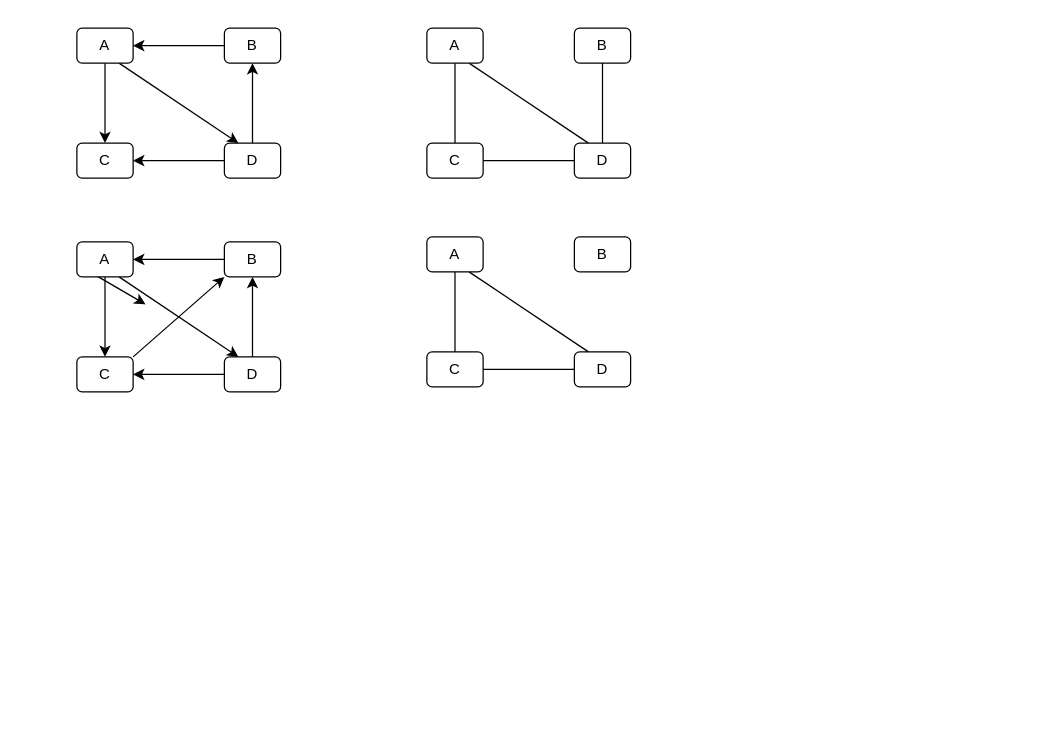
Earlier version of the draw.io diagram page "Graphentypen" (3 of 7) of Graph.drawio (JoernWVSG/diagram). Source tidied: cells renumbered, new cells numbered last; positions are measured from the earlier drawing's top-left corner, leaving out a move shared by most shapes. Both pictures are drawn from the tidied source at 125%, with x=0, y=0 at pixel (76, 28).
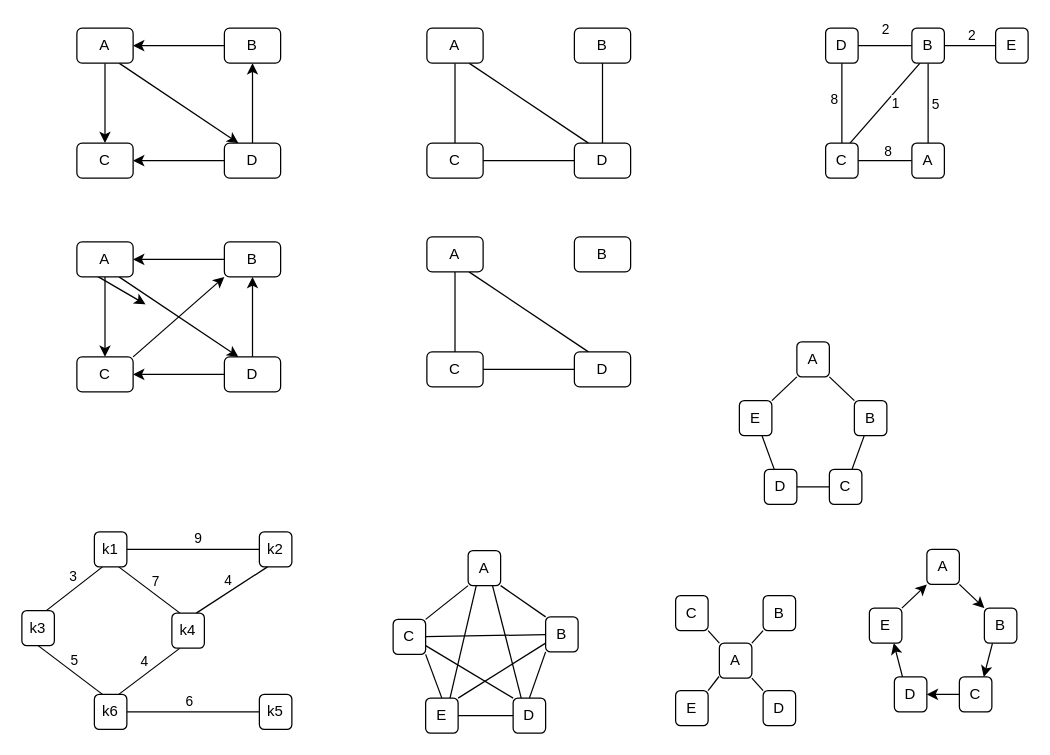
Above is the later version.

The edit, as a diff of the source:
```diff
@@
+    <mxCell id="37" style="edgeStyle=orthogonalEdgeStyle;rounded=0;jettySize=auto;html=1;endArrow=none;endFill=0;" parent="1" edge="1" source="42" target="43">
+      <mxGeometry relative="1" as="geometry" />
+    </mxCell>
+    <mxCell id="38" value="9" style="edgeLabel;html=1;align=center;verticalAlign=middle;" parent="37" vertex="1">
+      <mxGeometry x="0.15" y="-1" relative="1" as="geometry">
+        <mxPoint x="-5" y="-11" as="offset" />
+      </mxGeometry>
+    </mxCell>
+    <mxCell id="39" style="rounded=0;jettySize=auto;html=1;exitX=0.75;exitY=1;exitDx=0;exitDy=0;entryX=0.25;entryY=0;entryDx=0;entryDy=0;endArrow=none;endFill=0;" parent="1" edge="1" source="42" target="48">
+      <mxGeometry relative="1" as="geometry" />
+    </mxCell>
+    <mxCell id="40" value="7" style="edgeLabel;html=1;align=center;verticalAlign=middle;" parent="39" vertex="1">
+      <mxGeometry x="-0.1" y="1" relative="1" as="geometry">
+        <mxPoint x="6" y="-5" as="offset" />
+      </mxGeometry>
+    </mxCell>
+    <mxCell id="41" value="3" style="edgeStyle=none;rounded=0;orthogonalLoop=1;jettySize=auto;html=1;exitX=0.25;exitY=1;exitDx=0;exitDy=0;entryX=0.75;entryY=0;entryDx=0;entryDy=0;endArrow=none;endFill=0;" parent="1" edge="1">
+      <mxGeometry x="-0.18" y="-8" relative="1" as="geometry">
+        <mxPoint x="20.5" y="431" as="sourcePoint" />
+        <mxPoint x="-24.5" y="466" as="targetPoint" />
+      </mxGeometry>
+    </mxCell>
+    <mxCell id="42" value="k1" style="rounded=1;whiteSpace=wrap;html=1;" parent="1" vertex="1">
+      <mxGeometry x="14" y="403" width="26" height="28" as="geometry" />
+    </mxCell>
+    <mxCell id="43" value="k2" style="rounded=1;whiteSpace=wrap;html=1;" parent="1" vertex="1">
+      <mxGeometry x="146" y="403" width="26" height="28" as="geometry" />
+    </mxCell>
+    <mxCell id="44" style="edgeStyle=none;rounded=0;jettySize=auto;html=1;exitX=0.25;exitY=1;exitDx=0;exitDy=0;entryX=0.75;entryY=0;entryDx=0;entryDy=0;endArrow=none;endFill=0;" parent="1" edge="1" source="48" target="54">
+      <mxGeometry relative="1" as="geometry" />
+    </mxCell>
+    <mxCell id="45" value="4" style="edgeLabel;html=1;align=center;verticalAlign=middle;" parent="44" vertex="1">
+      <mxGeometry x="-0.1" y="-2" relative="1" as="geometry">
+        <mxPoint x="-5" y="-5" as="offset" />
+      </mxGeometry>
+    </mxCell>
+    <mxCell id="46" style="edgeStyle=none;rounded=0;jettySize=auto;html=1;exitX=0.75;exitY=0;exitDx=0;exitDy=0;entryX=0.25;entryY=1;entryDx=0;entryDy=0;endArrow=none;endFill=0;" parent="1" edge="1" source="48" target="43">
+      <mxGeometry relative="1" as="geometry" />
+    </mxCell>
+    <mxCell id="47" value="4" style="edgeLabel;html=1;align=center;verticalAlign=middle;" parent="46" vertex="1">
+      <mxGeometry x="0.1" relative="1" as="geometry">
+        <mxPoint x="-6" y="-6" as="offset" />
+      </mxGeometry>
+    </mxCell>
+    <mxCell id="48" value="k4" style="rounded=1;whiteSpace=wrap;html=1;" parent="1" vertex="1">
+      <mxGeometry x="76" y="468" width="26" height="28" as="geometry" />
+    </mxCell>
+    <mxCell id="49" style="edgeStyle=none;rounded=0;jettySize=auto;html=1;exitX=0.5;exitY=1;exitDx=0;exitDy=0;entryX=0.25;entryY=0;entryDx=0;entryDy=0;endArrow=none;endFill=0;" parent="1" edge="1" source="51" target="54">
+      <mxGeometry relative="1" as="geometry" />
+    </mxCell>
+    <mxCell id="50" value="5" style="edgeLabel;html=1;align=center;verticalAlign=middle;" parent="49" vertex="1">
+      <mxGeometry x="-0.08" y="-1" relative="1" as="geometry">
+        <mxPoint x="5" y="-7" as="offset" />
+      </mxGeometry>
+    </mxCell>
+    <mxCell id="51" value="k3" style="rounded=1;whiteSpace=wrap;html=1;" parent="1" vertex="1">
+      <mxGeometry x="-44" y="466" width="26" height="28" as="geometry" />
+    </mxCell>
+    <mxCell id="52" style="edgeStyle=none;rounded=0;jettySize=auto;html=1;exitX=1;exitY=0.5;exitDx=0;exitDy=0;entryX=0;entryY=0.5;entryDx=0;entryDy=0;endArrow=none;endFill=0;" parent="1" edge="1" source="54" target="55">
+      <mxGeometry relative="1" as="geometry" />
+    </mxCell>
+    <mxCell id="53" value="6" style="edgeLabel;html=1;align=center;verticalAlign=middle;" parent="52" vertex="1">
+      <mxGeometry x="-0.08" y="2" relative="1" as="geometry">
+        <mxPoint y="-7" as="offset" />
+      </mxGeometry>
+    </mxCell>
+    <mxCell id="54" value="k6" style="rounded=1;whiteSpace=wrap;html=1;" parent="1" vertex="1">
+      <mxGeometry x="14" y="533" width="26" height="28" as="geometry" />
+    </mxCell>
+    <mxCell id="55" value="k5" style="rounded=1;whiteSpace=wrap;html=1;" parent="1" vertex="1">
+      <mxGeometry x="146" y="533" width="26" height="28" as="geometry" />
+    </mxCell>
+    <mxCell id="56" style="edgeStyle=none;rounded=0;jettySize=auto;html=1;exitX=0.75;exitY=1;exitDx=0;exitDy=0;entryX=0.25;entryY=0;entryDx=0;entryDy=0;endArrow=none;endFill=0;" parent="1" edge="1" source="58" target="64">
+      <mxGeometry relative="1" as="geometry" />
+    </mxCell>
+    <mxCell id="57" style="edgeStyle=none;rounded=0;jettySize=auto;html=1;exitX=0.25;exitY=1;exitDx=0;exitDy=0;entryX=0.75;entryY=0;entryDx=0;entryDy=0;endArrow=none;endFill=0;" parent="1" edge="1" source="58" target="70">
+      <mxGeometry relative="1" as="geometry" />
+    </mxCell>
+    <mxCell id="58" value="A" style="rounded=1;whiteSpace=wrap;html=1;" parent="1" vertex="1">
+      <mxGeometry x="313" y="418" width="26" height="28" as="geometry" />
+    </mxCell>
+    <mxCell id="59" style="edgeStyle=none;rounded=0;jettySize=auto;html=1;exitX=0;exitY=0;exitDx=0;exitDy=0;entryX=1;entryY=1;entryDx=0;entryDy=0;endArrow=none;endFill=0;" parent="1" edge="1" source="61" target="58">
+      <mxGeometry relative="1" as="geometry" />
+    </mxCell>
+    <mxCell id="60" style="edgeStyle=none;rounded=0;jettySize=auto;html=1;exitX=0;exitY=0.75;exitDx=0;exitDy=0;entryX=1;entryY=0;entryDx=0;entryDy=0;endArrow=none;endFill=0;" parent="1" edge="1" source="61" target="70">
+      <mxGeometry relative="1" as="geometry" />
+    </mxCell>
+    <mxCell id="61" value="B" style="rounded=1;whiteSpace=wrap;html=1;" parent="1" vertex="1">
+      <mxGeometry x="375" y="471" width="26" height="28" as="geometry" />
+    </mxCell>
+    <mxCell id="62" style="edgeStyle=none;rounded=0;jettySize=auto;html=1;exitX=0.5;exitY=0;exitDx=0;exitDy=0;entryX=0;entryY=1;entryDx=0;entryDy=0;endArrow=none;endFill=0;" parent="1" edge="1" source="64" target="61">
+      <mxGeometry relative="1" as="geometry" />
+    </mxCell>
+    <mxCell id="63" style="edgeStyle=none;rounded=0;jettySize=auto;html=1;endArrow=none;endFill=0;" parent="1" edge="1" source="64" target="70">
+      <mxGeometry relative="1" as="geometry" />
+    </mxCell>
+    <mxCell id="64" value="D" style="rounded=1;whiteSpace=wrap;html=1;" parent="1" vertex="1">
+      <mxGeometry x="349" y="536" width="26" height="28" as="geometry" />
+    </mxCell>
+    <mxCell id="65" style="edgeStyle=none;rounded=0;jettySize=auto;html=1;exitX=1;exitY=0;exitDx=0;exitDy=0;entryX=0;entryY=1;entryDx=0;entryDy=0;endArrow=none;endFill=0;" parent="1" edge="1" source="69" target="58">
+      <mxGeometry relative="1" as="geometry" />
+    </mxCell>
+    <mxCell id="66" style="edgeStyle=none;rounded=0;jettySize=auto;html=1;exitX=1;exitY=1;exitDx=0;exitDy=0;entryX=0.5;entryY=0;entryDx=0;entryDy=0;endArrow=none;endFill=0;" parent="1" edge="1" source="69" target="70">
+      <mxGeometry relative="1" as="geometry" />
+    </mxCell>
+    <mxCell id="67" style="edgeStyle=none;rounded=0;jettySize=auto;html=1;endArrow=none;endFill=0;" parent="1" edge="1" source="69" target="61">
+      <mxGeometry relative="1" as="geometry" />
+    </mxCell>
+    <mxCell id="68" style="edgeStyle=none;rounded=0;jettySize=auto;html=1;exitX=1;exitY=0.75;exitDx=0;exitDy=0;entryX=0;entryY=0;entryDx=0;entryDy=0;endArrow=none;endFill=0;" parent="1" edge="1" source="69" target="64">
+      <mxGeometry relative="1" as="geometry" />
+    </mxCell>
+    <mxCell id="69" value="C" style="rounded=1;whiteSpace=wrap;html=1;" parent="1" vertex="1">
+      <mxGeometry x="253" y="473" width="26" height="28" as="geometry" />
+    </mxCell>
+    <mxCell id="70" value="E" style="rounded=1;whiteSpace=wrap;html=1;" parent="1" vertex="1">
+      <mxGeometry x="279" y="536" width="26" height="28" as="geometry" />
+    </mxCell>
+    <mxCell id="71" style="edgeStyle=none;rounded=0;jettySize=auto;html=1;exitX=1;exitY=0;exitDx=0;exitDy=0;entryX=0;entryY=1;entryDx=0;entryDy=0;endArrow=none;endFill=0;" parent="1" edge="1" source="73" target="74">
+      <mxGeometry relative="1" as="geometry" />
+    </mxCell>
+    <mxCell id="72" style="edgeStyle=none;rounded=0;jettySize=auto;html=1;exitX=0;exitY=0;exitDx=0;exitDy=0;entryX=1;entryY=1;entryDx=0;entryDy=0;endArrow=none;endFill=0;" parent="1" edge="1" source="73" target="77">
+      <mxGeometry relative="1" as="geometry" />
+    </mxCell>
+    <mxCell id="73" value="A" style="rounded=1;whiteSpace=wrap;html=1;" parent="1" vertex="1">
+      <mxGeometry x="514" y="492" width="26" height="28" as="geometry" />
+    </mxCell>
+    <mxCell id="74" value="B" style="rounded=1;whiteSpace=wrap;html=1;" parent="1" vertex="1">
+      <mxGeometry x="549" y="454" width="26" height="28" as="geometry" />
+    </mxCell>
+    <mxCell id="75" style="edgeStyle=none;rounded=0;jettySize=auto;html=1;exitX=0;exitY=0;exitDx=0;exitDy=0;entryX=1;entryY=1;entryDx=0;entryDy=0;endArrow=none;endFill=0;" parent="1" edge="1" source="76" target="73">
+      <mxGeometry relative="1" as="geometry" />
+    </mxCell>
+    <mxCell id="76" value="D" style="rounded=1;whiteSpace=wrap;html=1;" parent="1" vertex="1">
+      <mxGeometry x="549" y="530" width="26" height="28" as="geometry" />
+    </mxCell>
+    <mxCell id="77" value="C" style="rounded=1;whiteSpace=wrap;html=1;" parent="1" vertex="1">
+      <mxGeometry x="479" y="454" width="26" height="28" as="geometry" />
+    </mxCell>
+    <mxCell id="78" style="edgeStyle=none;rounded=0;jettySize=auto;html=1;exitX=1;exitY=0;exitDx=0;exitDy=0;endArrow=none;endFill=0;" parent="1" edge="1" source="79">
+      <mxGeometry relative="1" as="geometry">
+        <mxPoint x="513.7" y="518.7" as="targetPoint" />
+      </mxGeometry>
+    </mxCell>
+    <mxCell id="79" value="E" style="rounded=1;whiteSpace=wrap;html=1;" parent="1" vertex="1">
+      <mxGeometry x="479" y="530" width="26" height="28" as="geometry" />
+    </mxCell>
+    <mxCell id="80" style="edgeStyle=none;rounded=0;jettySize=auto;html=1;exitX=1;exitY=1;exitDx=0;exitDy=0;entryX=0;entryY=0;entryDx=0;entryDy=0;endArrow=none;endFill=0;" parent="1" edge="1" source="82" target="84">
+      <mxGeometry relative="1" as="geometry" />
+    </mxCell>
+    <mxCell id="81" style="edgeStyle=none;rounded=0;jettySize=auto;html=1;exitX=0;exitY=1;exitDx=0;exitDy=0;entryX=1;entryY=0;entryDx=0;entryDy=0;endArrow=none;endFill=0;" parent="1" edge="1" source="82" target="89">
+      <mxGeometry relative="1" as="geometry" />
+    </mxCell>
+    <mxCell id="82" value="A" style="rounded=1;whiteSpace=wrap;html=1;" parent="1" vertex="1">
+      <mxGeometry x="576" y="251" width="26" height="28" as="geometry" />
+    </mxCell>
+    <mxCell id="83" style="edgeStyle=none;rounded=0;jettySize=auto;html=1;endArrow=none;endFill=0;" parent="1" edge="1" source="84" target="88">
+      <mxGeometry relative="1" as="geometry" />
+    </mxCell>
+    <mxCell id="84" value="B" style="rounded=1;whiteSpace=wrap;html=1;" parent="1" vertex="1">
+      <mxGeometry x="622" y="298" width="26" height="28" as="geometry" />
+    </mxCell>
+    <mxCell id="85" style="edgeStyle=none;rounded=0;jettySize=auto;html=1;endArrow=none;endFill=0;" parent="1" edge="1" source="86" target="89">
+      <mxGeometry relative="1" as="geometry" />
+    </mxCell>
+    <mxCell id="86" value="D" style="rounded=1;whiteSpace=wrap;html=1;" parent="1" vertex="1">
+      <mxGeometry x="550" y="353" width="26" height="28" as="geometry" />
+    </mxCell>
+    <mxCell id="87" style="edgeStyle=none;rounded=0;jettySize=auto;html=1;endArrow=none;endFill=0;" parent="1" edge="1" source="88" target="86">
+      <mxGeometry relative="1" as="geometry" />
+    </mxCell>
+    <mxCell id="88" value="C" style="rounded=1;whiteSpace=wrap;html=1;" parent="1" vertex="1">
+      <mxGeometry x="602" y="353" width="26" height="28" as="geometry" />
+    </mxCell>
+    <mxCell id="89" value="E" style="rounded=1;whiteSpace=wrap;html=1;" parent="1" vertex="1">
+      <mxGeometry x="530" y="298" width="26" height="28" as="geometry" />
+    </mxCell>
+    <mxCell id="90" style="edgeStyle=none;rounded=0;jettySize=auto;html=1;exitX=1;exitY=1;exitDx=0;exitDy=0;entryX=0;entryY=0;entryDx=0;entryDy=0;endArrow=classic;endFill=1;" parent="1" edge="1" source="91" target="93">
+      <mxGeometry relative="1" as="geometry" />
+    </mxCell>
+    <mxCell id="91" value="A" style="rounded=1;whiteSpace=wrap;html=1;" parent="1" vertex="1">
+      <mxGeometry x="680" y="417" width="26" height="28" as="geometry" />
+    </mxCell>
+    <mxCell id="92" style="edgeStyle=none;rounded=0;jettySize=auto;html=1;exitX=0.25;exitY=1;exitDx=0;exitDy=0;entryX=0.75;entryY=0;entryDx=0;entryDy=0;endArrow=classic;endFill=1;" parent="1" edge="1" source="93" target="97">
+      <mxGeometry relative="1" as="geometry" />
+    </mxCell>
+    <mxCell id="93" value="B" style="rounded=1;whiteSpace=wrap;html=1;" parent="1" vertex="1">
+      <mxGeometry x="726" y="464" width="26" height="28" as="geometry" />
+    </mxCell>
+    <mxCell id="94" style="edgeStyle=none;rounded=0;jettySize=auto;html=1;exitX=0.25;exitY=0;exitDx=0;exitDy=0;entryX=0.75;entryY=1;entryDx=0;entryDy=0;endArrow=classic;endFill=1;" parent="1" edge="1" source="95" target="99">
+      <mxGeometry relative="1" as="geometry" />
+    </mxCell>
+    <mxCell id="95" value="D" style="rounded=1;whiteSpace=wrap;html=1;" parent="1" vertex="1">
+      <mxGeometry x="654" y="519" width="26" height="28" as="geometry" />
+    </mxCell>
+    <mxCell id="96" style="edgeStyle=none;rounded=0;jettySize=auto;html=1;endArrow=classic;endFill=1;" parent="1" edge="1" source="97" target="95">
+      <mxGeometry relative="1" as="geometry" />
+    </mxCell>
+    <mxCell id="97" value="C" style="rounded=1;whiteSpace=wrap;html=1;" parent="1" vertex="1">
+      <mxGeometry x="706" y="519" width="26" height="28" as="geometry" />
+    </mxCell>
+    <mxCell id="98" style="edgeStyle=none;rounded=0;jettySize=auto;html=1;exitX=1;exitY=0;exitDx=0;exitDy=0;entryX=0;entryY=1;entryDx=0;entryDy=0;endArrow=classic;endFill=1;" parent="1" edge="1" source="99" target="91">
+      <mxGeometry relative="1" as="geometry" />
+    </mxCell>
+    <mxCell id="99" value="E" style="rounded=1;whiteSpace=wrap;html=1;" parent="1" vertex="1">
+      <mxGeometry x="634" y="464" width="26" height="28" as="geometry" />
+    </mxCell>
+    <mxCell id="100" style="edgeStyle=none;rounded=0;jettySize=auto;html=1;exitX=0.5;exitY=0;exitDx=0;exitDy=0;entryX=0.5;entryY=1;entryDx=0;entryDy=0;endArrow=none;endFill=0;" parent="1" edge="1" source="104" target="108">
+      <mxGeometry relative="1" as="geometry" />
+    </mxCell>
+    <mxCell id="101" value="5" style="edgeLabel;html=1;align=center;verticalAlign=middle;" parent="100" vertex="1">
+      <mxGeometry x="-0.18" relative="1" as="geometry">
+        <mxPoint x="5" y="-6" as="offset" />
+      </mxGeometry>
+    </mxCell>
+    <mxCell id="102" style="edgeStyle=none;rounded=0;jettySize=auto;html=1;exitX=0;exitY=0.5;exitDx=0;exitDy=0;entryX=1;entryY=0.5;entryDx=0;entryDy=0;endArrow=none;endFill=0;" parent="1" edge="1" source="104" target="112">
+      <mxGeometry relative="1" as="geometry" />
+    </mxCell>
+    <mxCell id="103" value="8" style="edgeLabel;html=1;align=center;verticalAlign=middle;" parent="102" vertex="1">
+      <mxGeometry x="-0.03" y="-2" relative="1" as="geometry">
+        <mxPoint x="1" y="-6" as="offset" />
+      </mxGeometry>
+    </mxCell>
+    <mxCell id="104" value="A" style="rounded=1;whiteSpace=wrap;html=1;" parent="1" vertex="1">
+      <mxGeometry x="668" y="92" width="26" height="28" as="geometry" />
+    </mxCell>
+    <mxCell id="105" style="edgeStyle=none;rounded=0;jettySize=auto;html=1;exitX=0.25;exitY=1;exitDx=0;exitDy=0;entryX=0.75;entryY=0;entryDx=0;entryDy=0;endArrow=none;endFill=0;" parent="1" edge="1" source="108" target="112">
+      <mxGeometry relative="1" as="geometry" />
+    </mxCell>
+    <mxCell id="106" value="1" style="edgeLabel;html=1;align=center;verticalAlign=middle;" parent="105" vertex="1">
+      <mxGeometry x="0.01" y="-1" relative="1" as="geometry">
+        <mxPoint x="9" as="offset" />
+      </mxGeometry>
+    </mxCell>
+    <mxCell id="107" value="2" style="edgeStyle=none;rounded=0;jettySize=auto;html=1;exitX=0;exitY=0.5;exitDx=0;exitDy=0;entryX=1;entryY=0.5;entryDx=0;entryDy=0;endArrow=none;endFill=0;" parent="1" edge="1" source="108" target="109">
+      <mxGeometry x="-0.01" y="-13" relative="1" as="geometry" />
+    </mxCell>
+    <mxCell id="108" value="B" style="rounded=1;whiteSpace=wrap;html=1;" parent="1" vertex="1">
+      <mxGeometry x="668" width="26" height="28" as="geometry" />
+    </mxCell>
+    <mxCell id="109" value="D" style="rounded=1;whiteSpace=wrap;html=1;" parent="1" vertex="1">
+      <mxGeometry x="599" width="26" height="28" as="geometry" />
+    </mxCell>
+    <mxCell id="110" style="edgeStyle=none;rounded=0;jettySize=auto;html=1;endArrow=none;endFill=0;" parent="1" edge="1" source="112" target="109">
+      <mxGeometry relative="1" as="geometry" />
+    </mxCell>
+    <mxCell id="111" value="8" style="edgeLabel;html=1;align=center;verticalAlign=middle;" parent="110" vertex="1">
+      <mxGeometry x="-0.09" y="-1" relative="1" as="geometry">
+        <mxPoint x="-8" y="-7" as="offset" />
+      </mxGeometry>
+    </mxCell>
+    <mxCell id="112" value="C" style="rounded=1;whiteSpace=wrap;html=1;" parent="1" vertex="1">
+      <mxGeometry x="599" y="92" width="26" height="28" as="geometry" />
+    </mxCell>
+    <mxCell id="113" style="edgeStyle=none;rounded=0;jettySize=auto;html=1;endArrow=none;endFill=0;" parent="1" edge="1" source="115" target="108">
+      <mxGeometry relative="1" as="geometry" />
+    </mxCell>
+    <mxCell id="114" value="2" style="edgeLabel;html=1;align=center;verticalAlign=middle;" parent="113" vertex="1">
+      <mxGeometry x="-0.55" y="2" relative="1" as="geometry">
+        <mxPoint x="-11" y="-11" as="offset" />
+      </mxGeometry>
+    </mxCell>
+    <mxCell id="115" value="E" style="rounded=1;whiteSpace=wrap;html=1;" parent="1" vertex="1">
+      <mxGeometry x="735" width="26" height="28" as="geometry" />
+    </mxCell>
```
